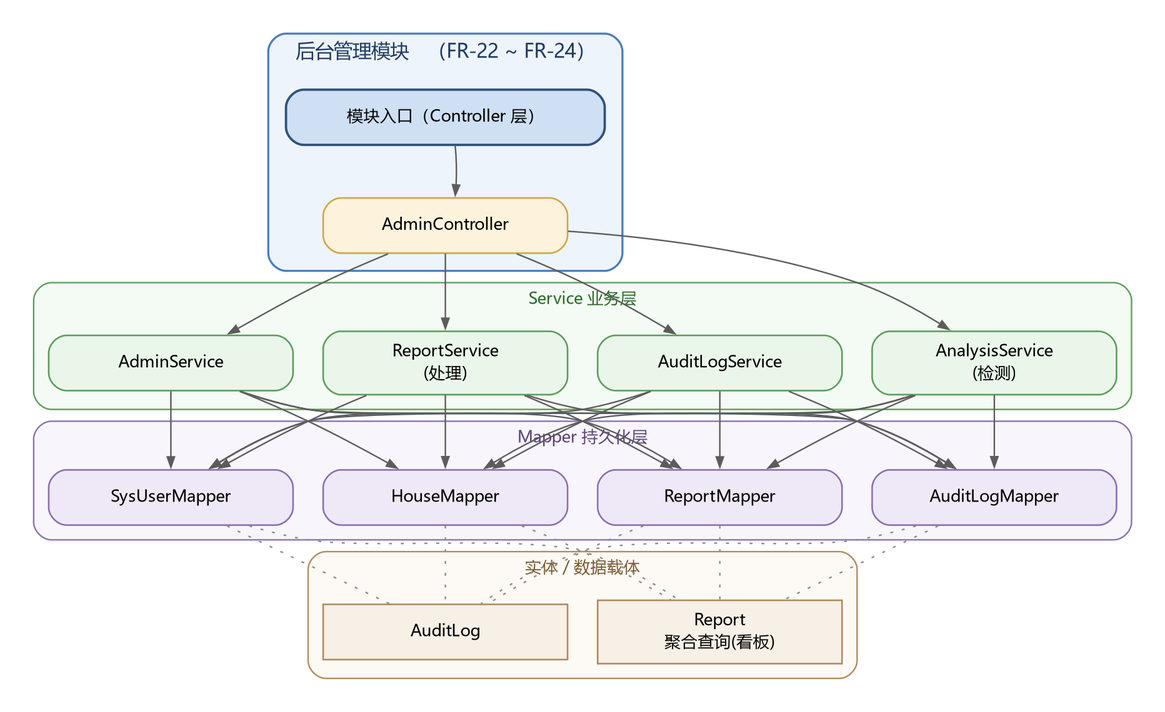
Above: doc/03.概要设计/assets/figures/fig_3_1_mod_admin.png in chuanshanjia666/RentAgent (Graphviz), before the change. Its source is kept beside it as doc/03.概要设计/assets/figures/fig_3_1_mod_admin.dot.
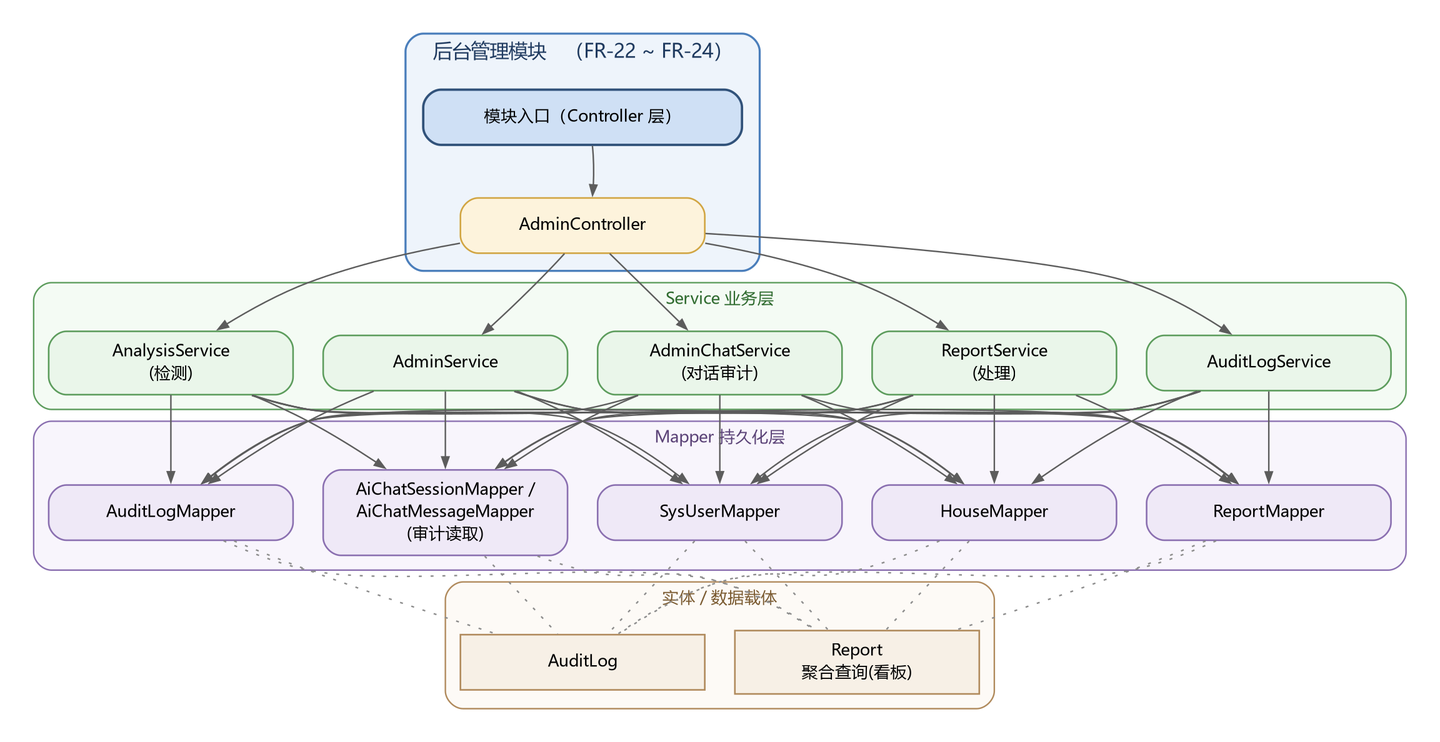
Later version of the same file.

The edit, as a diff of the source:
```diff
@@ -24,10 +24,11 @@
     label="Service 业务层"; fontsize=11; fontcolor="#2f6b2f";
     style="rounded,filled"; fillcolor="#f4fbf4"; color="#5c9c5c"; margin=10;
   s0 [label="AdminService", fillcolor="#eaf6ea", color="#5c9c5c"];
-  s1 [label="ReportService\n(处理)", fillcolor="#eaf6ea", color="#5c9c5c"];
-  s2 [label="AuditLogService", fillcolor="#eaf6ea", color="#5c9c5c"];
-  s3 [label="AnalysisService\n(检测)", fillcolor="#eaf6ea", color="#5c9c5c"];
-  {rank=same; s0; s1; s2; s3;}
+  s1 [label="AdminChatService\n(对话审计)", fillcolor="#eaf6ea", color="#5c9c5c"];
+  s2 [label="ReportService\n(处理)", fillcolor="#eaf6ea", color="#5c9c5c"];
+  s3 [label="AuditLogService", fillcolor="#eaf6ea", color="#5c9c5c"];
+  s4 [label="AnalysisService\n(检测)", fillcolor="#eaf6ea", color="#5c9c5c"];
+  {rank=same; s0; s1; s2; s3; s4;}
 
   }
 
@@ -38,7 +39,8 @@
   p1 [label="HouseMapper", fillcolor="#efe9f7", color="#8a6fb0"];
   p2 [label="ReportMapper", fillcolor="#efe9f7", color="#8a6fb0"];
   p3 [label="AuditLogMapper", fillcolor="#efe9f7", color="#8a6fb0"];
-  {rank=same; p0; p1; p2; p3;}
+  p4 [label="AiChatSessionMapper /\nAiChatMessageMapper\n(审计读取)", fillcolor="#efe9f7", color="#8a6fb0"];
+  {rank=same; p0; p1; p2; p3; p4;}
 
   }
 
@@ -56,22 +58,32 @@
   c0 -> s1;
   c0 -> s2;
   c0 -> s3;
+  c0 -> s4;
   s0 -> p0;
   s0 -> p1;
   s0 -> p2;
   s0 -> p3;
+  s0 -> p4;
   s1 -> p0;
   s1 -> p1;
   s1 -> p2;
   s1 -> p3;
+  s1 -> p4;
   s2 -> p0;
   s2 -> p1;
   s2 -> p2;
   s2 -> p3;
+  s2 -> p4;
   s3 -> p0;
   s3 -> p1;
   s3 -> p2;
   s3 -> p3;
+  s3 -> p4;
+  s4 -> p0;
+  s4 -> p1;
+  s4 -> p2;
+  s4 -> p3;
+  s4 -> p4;
   p0 -> e0 [style=dotted, arrowhead=none, color="#8c8c8c"];
   p0 -> e1 [style=dotted, arrowhead=none, color="#8c8c8c"];
   p1 -> e0 [style=dotted, arrowhead=none, color="#8c8c8c"];
@@ -80,4 +92,6 @@
   p2 -> e1 [style=dotted, arrowhead=none, color="#8c8c8c"];
   p3 -> e0 [style=dotted, arrowhead=none, color="#8c8c8c"];
   p3 -> e1 [style=dotted, arrowhead=none, color="#8c8c8c"];
+  p4 -> e0 [style=dotted, arrowhead=none, color="#8c8c8c"];
+  p4 -> e1 [style=dotted, arrowhead=none, color="#8c8c8c"];
 }
```
